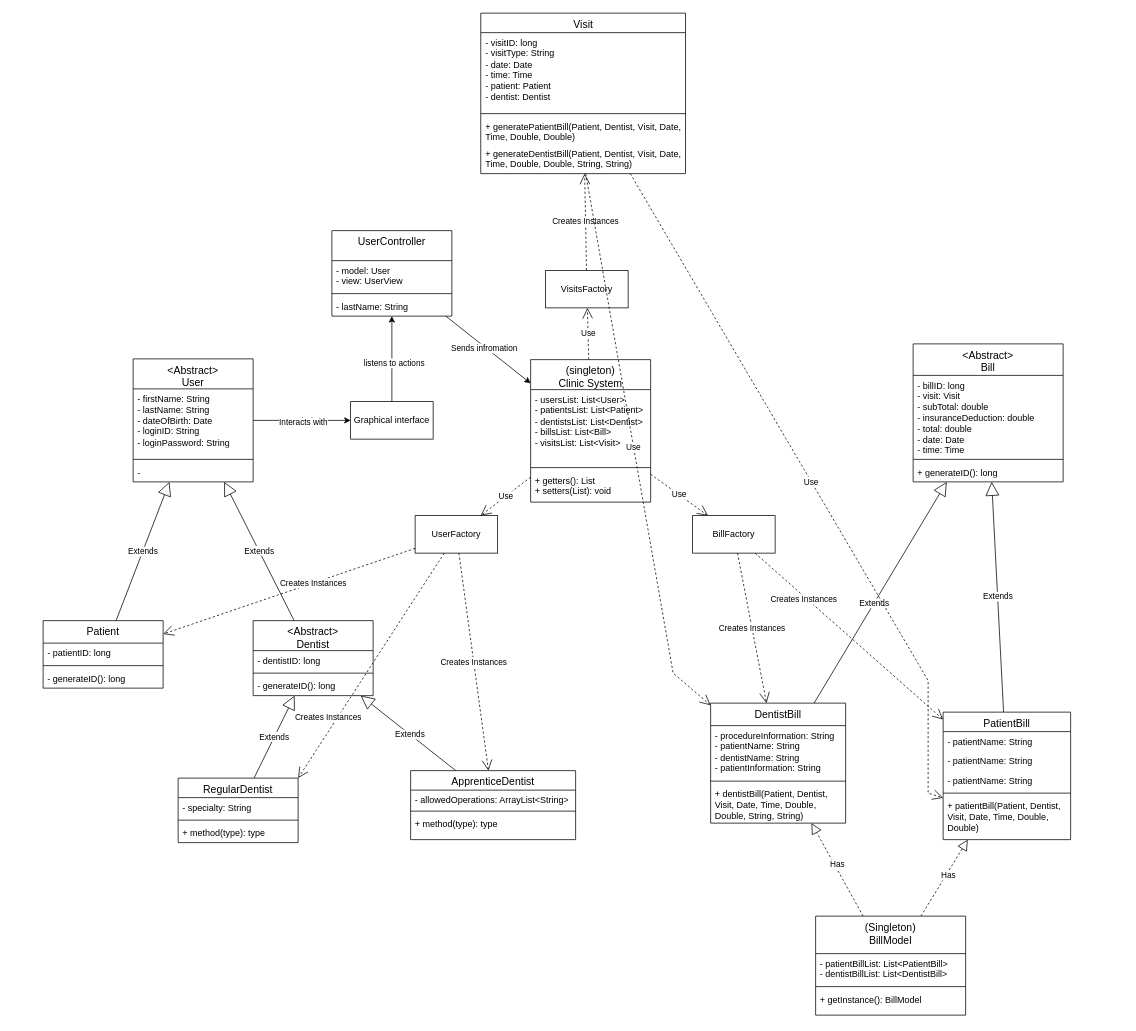
KaiRafie/PatternsProject keeps this draw.io diagram as doc/PPP_class_diagram.drawio. Above is the earlier version. Source tidied: cells renumbered, new cells numbered last; positions are measured from the earlier drawing's top-left corner, leaving out a move shared by most shapes. Both pictures are drawn from the tidied source at 75%, with x=0, y=0 at pixel (43, 13).
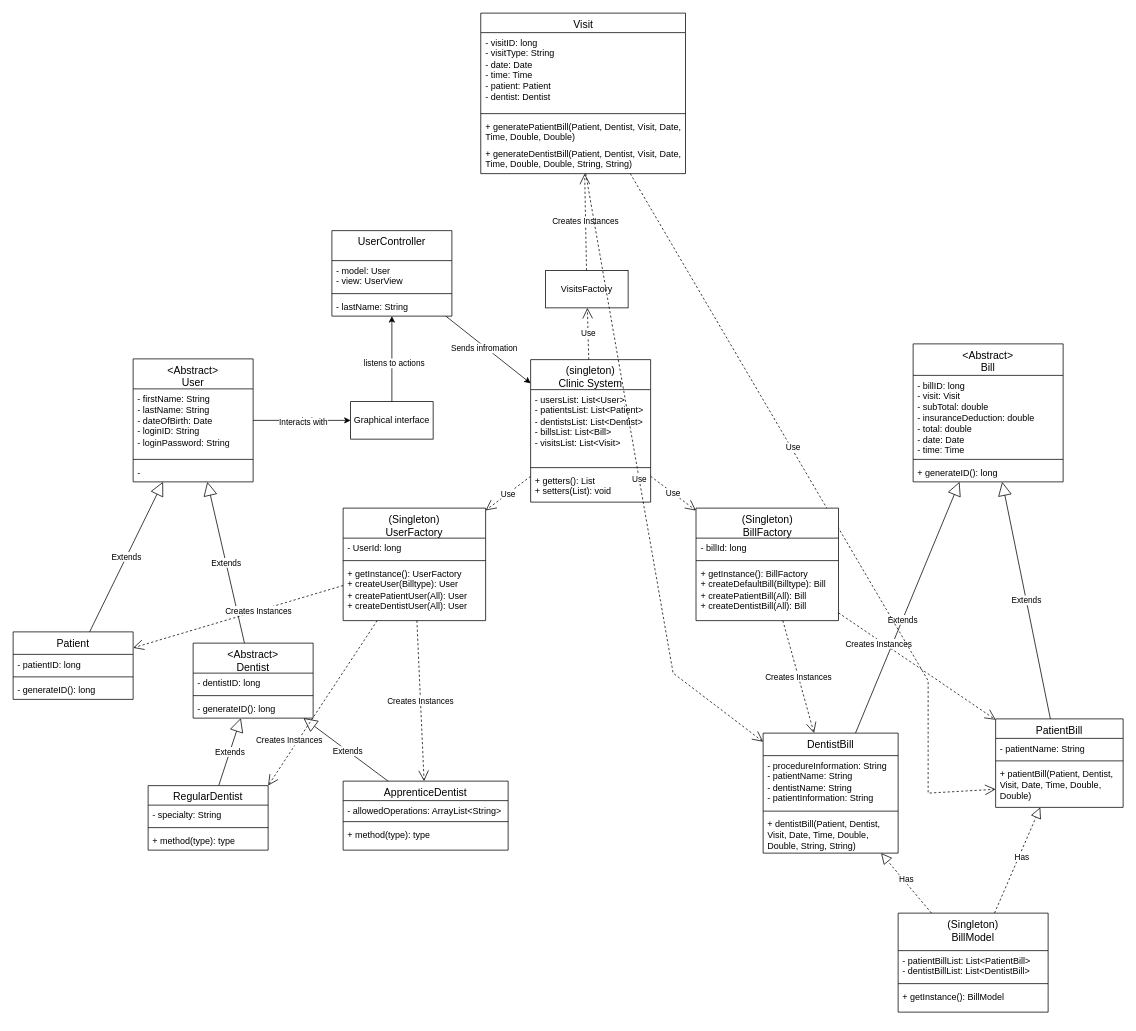
After the change.

Commit message (it also covers changes not shown here):
Created Bill factory class and its necessities

The change refers to these unchanged cells:
```xml
<mxCell id="47" value="&lt;span style=&quot;font-size: 14px; font-weight: 400;&quot;&gt;Visit&lt;/span&gt;" style="swimlane;fontStyle=1;align=center;verticalAlign=top;horizontal=1;startSize=26;whiteSpace=wrap;html=1;" parent="1" vertex="1">
  <mxGeometry x="583.5" width="273" height="214" as="geometry" />
</mxCell>
<mxCell id="52" value="&lt;div style=&quot;font-size: 14px; font-weight: 400; direction: ltr;&quot;&gt;(singleton)&lt;span style=&quot;background-color: initial;&quot;&gt;&lt;br&gt;&lt;/span&gt;&lt;/div&gt;&lt;div style=&quot;font-size: 14px; font-weight: 400; direction: ltr;&quot;&gt;&lt;span style=&quot;background-color: initial;&quot;&gt;Clinic System&lt;/span&gt;&lt;/div&gt;" style="swimlane;fontStyle=1;align=center;verticalAlign=top;horizontal=1;startSize=40;whiteSpace=wrap;html=1;" parent="1" vertex="1">
  <mxGeometry x="650" y="462" width="160" height="190" as="geometry" />
</mxCell>
```

Change to the diagram source:
```diff
@@
-    <mxCell id="8" value="BillFactory" style="html=1;whiteSpace=wrap;" parent="1" vertex="1">
-      <mxGeometry x="866" y="670" width="110" height="50" as="geometry" />
-    </mxCell>
-    <mxCell id="9" value="UserFactory" style="html=1;whiteSpace=wrap;" parent="1" vertex="1">
-      <mxGeometry x="496" y="670" width="110" height="50" as="geometry" />
-    </mxCell>
-    <mxCell id="10" value="Use" style="endArrow=open;endSize=12;dashed=1;html=1;rounded=0;" parent="1" edge="1" source="52" target="8">
+    <mxCell id="10" value="Use" style="endArrow=open;endSize=12;dashed=1;html=1;rounded=0;" parent="1" edge="1" source="52" target="85">
       <mxGeometry relative="1" as="geometry" />
     </mxCell>
-    <mxCell id="11" value="Use" style="endArrow=open;endSize=12;dashed=1;html=1;rounded=0;" parent="1" edge="1" source="52" target="9">
+    <mxCell id="11" value="Use" style="endArrow=open;endSize=12;dashed=1;html=1;rounded=0;" parent="1" edge="1" source="52" target="89">
       <mxGeometry relative="1" as="geometry" />
     </mxCell>
@@
-    <mxCell id="15" value="Creates Instances" style="endArrow=open;endSize=12;dashed=1;html=1;rounded=0;" parent="1" edge="1" source="8" target="33">
+    <mxCell id="15" value="Creates Instances" style="endArrow=open;endSize=12;dashed=1;html=1;rounded=0;" parent="1" edge="1" source="85" target="33">
       <mxGeometry relative="1" as="geometry" />
     </mxCell>
-    <mxCell id="16" value="Creates Instances" style="endArrow=open;endSize=12;dashed=1;html=1;rounded=0;" parent="1" edge="1" source="8" target="37">
+    <mxCell id="16" value="Creates Instances" style="endArrow=open;endSize=12;dashed=1;html=1;rounded=0;" parent="1" edge="1" source="85" target="37">
       <mxGeometry x="-0.47" y="-3" relative="1" as="geometry">
         <mxPoint y="1" as="offset" />
       </mxGeometry>
     </mxCell>
-    <mxCell id="17" value="Creates Instances" style="endArrow=open;endSize=12;dashed=1;html=1;rounded=0;" parent="1" edge="1" source="9" target="72">
+    <mxCell id="17" value="Creates Instances" style="endArrow=open;endSize=12;dashed=1;html=1;rounded=0;" parent="1" edge="1" source="89" target="72">
       <mxGeometry x="-0.19" relative="1" as="geometry" />
     </mxCell>
-    <mxCell id="18" value="Creates Instances" style="endArrow=open;endSize=12;dashed=1;html=1;rounded=0;entryX=1;entryY=0;entryDx=0;entryDy=0;" parent="1" edge="1" source="9" target="60">
+    <mxCell id="18" value="Creates Instances" style="endArrow=open;endSize=12;dashed=1;html=1;rounded=0;entryX=1;entryY=0;entryDx=0;entryDy=0;" parent="1" edge="1" source="89" target="60">
       <mxGeometry x="0.5" y="-10" relative="1" as="geometry" />
     </mxCell>
-    <mxCell id="19" value="Creates Instances" style="endArrow=open;endSize=12;dashed=1;html=1;rounded=0;" parent="1" edge="1" source="9" target="56">
+    <mxCell id="19" value="Creates Instances" style="endArrow=open;endSize=12;dashed=1;html=1;rounded=0;" parent="1" edge="1" source="89" target="56">
       <mxGeometry relative="1" as="geometry" />
     </mxCell>
@@
     <mxCell id="29" value="&lt;div style=&quot;font-size: 14px; font-weight: 400; direction: ltr;&quot;&gt;(Singleton)&lt;/div&gt;&lt;div style=&quot;font-size: 14px; font-weight: 400; direction: ltr;&quot;&gt;BillModel&lt;/div&gt;" style="swimlane;fontStyle=1;align=center;verticalAlign=top;horizontal=1;startSize=50;whiteSpace=wrap;html=1;" parent="1" vertex="1">
-      <mxGeometry x="1030" y="1204" width="200" height="132" as="geometry" />
+      <mxGeometry x="1140" y="1200" width="200" height="132" as="geometry" />
     </mxCell>
@@
     <mxCell id="33" value="&lt;div&gt;&lt;span style=&quot;font-size: 14px; font-weight: 400; background-color: initial;&quot;&gt;DentistBill&lt;/span&gt;&lt;/div&gt;" style="swimlane;fontStyle=1;align=center;verticalAlign=top;horizontal=1;startSize=30;whiteSpace=wrap;html=1;" parent="1" vertex="1">
-      <mxGeometry x="890" y="920" width="180" height="160" as="geometry" />
+      <mxGeometry x="960" y="960" width="180" height="160" as="geometry" />
     </mxCell>
@@
     <mxCell id="37" value="&lt;span style=&quot;font-size: 14px; font-weight: 400;&quot;&gt;PatientBill&lt;/span&gt;" style="swimlane;fontStyle=1;align=center;verticalAlign=top;horizontal=1;startSize=26;whiteSpace=wrap;html=1;" parent="1" vertex="1">
-      <mxGeometry x="1200" y="932" width="170" height="170" as="geometry" />
+      <mxGeometry x="1270" y="941" width="170" height="118" as="geometry" />
     </mxCell>
@@
-    <mxCell id="39" value="&lt;span style=&quot;text-wrap: nowrap;&quot;&gt;- patientName: String&lt;/span&gt;" style="text;strokeColor=none;fillColor=none;align=left;verticalAlign=top;spacingLeft=4;spacingRight=4;overflow=hidden;whiteSpace=wrap;html=1;" parent="37" vertex="1">
-      <mxGeometry y="52" width="170" height="26" as="geometry" />
-    </mxCell>
-    <mxCell id="40" value="&lt;span style=&quot;text-wrap: nowrap;&quot;&gt;- patientName: String&lt;/span&gt;" style="text;strokeColor=none;fillColor=none;align=left;verticalAlign=top;spacingLeft=4;spacingRight=4;overflow=hidden;whiteSpace=wrap;html=1;" parent="37" vertex="1">
-      <mxGeometry y="78" width="170" height="26" as="geometry" />
-    </mxCell>
     <mxCell id="41" style="line;strokeWidth=1;fillColor=none;align=left;verticalAlign=middle;spacingTop=-1;spacingLeft=3;spacingRight=3;labelPosition=right;strokeColor=inherit;" parent="37" vertex="1">
-      <mxGeometry y="104" width="170" height="8" as="geometry" />
+      <mxGeometry y="52" width="170" height="8" as="geometry" />
     </mxCell>
     <mxCell id="42" value="+ patientBill(Patient, Dentist, Visit, Date, Time, Double, Double)" style="text;strokeColor=none;fillColor=none;align=left;verticalAlign=top;spacingLeft=4;spacingRight=4;overflow=hidden;points=[[0,0.5],[1,0.5]];portConstraint=eastwest;whiteSpace=wrap;html=1;" parent="37" vertex="1">
-      <mxGeometry y="112" width="170" height="58" as="geometry" />
+      <mxGeometry y="60" width="170" height="58" as="geometry" />
     </mxCell>
@@
     <mxCell id="56" value="&lt;span style=&quot;font-size: 14px; font-weight: 400;&quot;&gt;ApprenticeDentist&lt;/span&gt;" style="swimlane;fontStyle=1;align=center;verticalAlign=top;horizontal=1;startSize=26;whiteSpace=wrap;html=1;" parent="1" vertex="1">
-      <mxGeometry x="490" y="1010" width="220" height="92" as="geometry" />
+      <mxGeometry x="400" y="1024" width="220" height="92" as="geometry" />
     </mxCell>
@@
     <mxCell id="60" value="&lt;span style=&quot;font-size: 14px; font-weight: 400;&quot;&gt;RegularDentist&lt;/span&gt;" style="swimlane;fontStyle=1;align=center;verticalAlign=top;horizontal=1;startSize=26;whiteSpace=wrap;html=1;" parent="1" vertex="1">
-      <mxGeometry x="180" y="1020" width="160" height="86" as="geometry" />
+      <mxGeometry x="140" y="1030" width="160" height="86" as="geometry" />
     </mxCell>
@@
     <mxCell id="68" value="&lt;div style=&quot;font-size: 14px; font-weight: 400; direction: ltr;&quot;&gt;&amp;lt;Abstract&amp;gt;&lt;/div&gt;&lt;div style=&quot;font-size: 14px; font-weight: 400; direction: ltr;&quot;&gt;Dentist&lt;/div&gt;" style="swimlane;fontStyle=1;align=center;verticalAlign=top;horizontal=1;startSize=40;whiteSpace=wrap;html=1;" parent="1" vertex="1">
-      <mxGeometry x="280" y="810" width="160" height="100" as="geometry" />
+      <mxGeometry x="200" y="840" width="160" height="100" as="geometry" />
     </mxCell>
@@
     <mxCell id="72" value="&lt;div style=&quot;font-size: 14px; font-weight: 400; direction: ltr;&quot;&gt;Patient&lt;br&gt;&lt;/div&gt;" style="swimlane;fontStyle=1;align=center;verticalAlign=top;horizontal=1;startSize=30;whiteSpace=wrap;html=1;" parent="1" vertex="1">
-      <mxGeometry y="810" width="160" height="90" as="geometry" />
+      <mxGeometry x="-40" y="825" width="160" height="90" as="geometry" />
     </mxCell>
@@
     <mxCell id="77" value="Use" style="endArrow=open;endSize=12;dashed=1;html=1;rounded=0;" parent="1" edge="1" source="47" target="42">
-      <mxGeometry relative="1" as="geometry">
+      <mxGeometry x="-0.17" y="2" relative="1" as="geometry">
         <Array as="points">
           <mxPoint x="1180" y="890" />
           <mxPoint x="1180" y="1040" />
         </Array>
       </mxGeometry>
     </mxCell>
@@
+    <mxCell id="85" value="&lt;div style=&quot;font-size: 14px; font-weight: 400; direction: ltr;&quot;&gt;(Singleton)&lt;/div&gt;&lt;div style=&quot;font-size: 14px; font-weight: 400; direction: ltr;&quot;&gt;BillFactory&lt;/div&gt;" style="swimlane;fontStyle=1;align=center;verticalAlign=top;horizontal=1;startSize=40;whiteSpace=wrap;html=1;" parent="1" vertex="1">
+      <mxGeometry x="870.5" y="660" width="190" height="150" as="geometry" />
+    </mxCell>
+    <mxCell id="86" value="- billId: long" style="text;strokeColor=none;fillColor=none;align=left;verticalAlign=top;spacingLeft=4;spacingRight=4;overflow=hidden;whiteSpace=wrap;html=1;" parent="85" vertex="1">
+      <mxGeometry y="40" width="190" height="26" as="geometry" />
+    </mxCell>
+    <mxCell id="87" style="line;strokeWidth=1;fillColor=none;align=left;verticalAlign=middle;spacingTop=-1;spacingLeft=3;spacingRight=3;labelPosition=right;strokeColor=inherit;" parent="85" vertex="1">
+      <mxGeometry y="66" width="190" height="8" as="geometry" />
+    </mxCell>
+    <mxCell id="88" value="+ getInstance(): BillFactory&lt;div&gt;+ createDefaultBill(Billtype): Bill&lt;/div&gt;&lt;div&gt;+ createPatientBill(All): Bill&lt;/div&gt;&lt;div&gt;+ createDentistBill(All): Bill&lt;/div&gt;&lt;div&gt;&lt;/div&gt;" style="text;strokeColor=none;fillColor=none;align=left;verticalAlign=top;spacingLeft=4;spacingRight=4;overflow=hidden;whiteSpace=wrap;html=1;" parent="85" vertex="1">
+      <mxGeometry y="74" width="190" height="76" as="geometry" />
+    </mxCell>
+    <mxCell id="89" value="&lt;div style=&quot;font-size: 14px; font-weight: 400; direction: ltr;&quot;&gt;(Singleton)&lt;/div&gt;&lt;div style=&quot;font-size: 14px; font-weight: 400; direction: ltr;&quot;&gt;UserFactory&lt;/div&gt;" style="swimlane;fontStyle=1;align=center;verticalAlign=top;horizontal=1;startSize=40;whiteSpace=wrap;html=1;" parent="1" vertex="1">
+      <mxGeometry x="400" y="660" width="190" height="150" as="geometry" />
+    </mxCell>
+    <mxCell id="90" value="- UserId: long" style="text;strokeColor=none;fillColor=none;align=left;verticalAlign=top;spacingLeft=4;spacingRight=4;overflow=hidden;whiteSpace=wrap;html=1;" parent="89" vertex="1">
+      <mxGeometry y="40" width="190" height="26" as="geometry" />
+    </mxCell>
+    <mxCell id="91" style="line;strokeWidth=1;fillColor=none;align=left;verticalAlign=middle;spacingTop=-1;spacingLeft=3;spacingRight=3;labelPosition=right;strokeColor=inherit;" parent="89" vertex="1">
+      <mxGeometry y="66" width="190" height="8" as="geometry" />
+    </mxCell>
+    <mxCell id="92" value="+ getInstance(): UserFactory&lt;div&gt;+ createUser(Billtype): User&lt;/div&gt;&lt;div&gt;+ createPatientUser(All): User&lt;/div&gt;&lt;div&gt;+ createDentistUser(All): User&lt;/div&gt;&lt;div&gt;&lt;/div&gt;" style="text;strokeColor=none;fillColor=none;align=left;verticalAlign=top;spacingLeft=4;spacingRight=4;overflow=hidden;whiteSpace=wrap;html=1;" parent="89" vertex="1">
+      <mxGeometry y="74" width="190" height="76" as="geometry" />
+    </mxCell>
```
